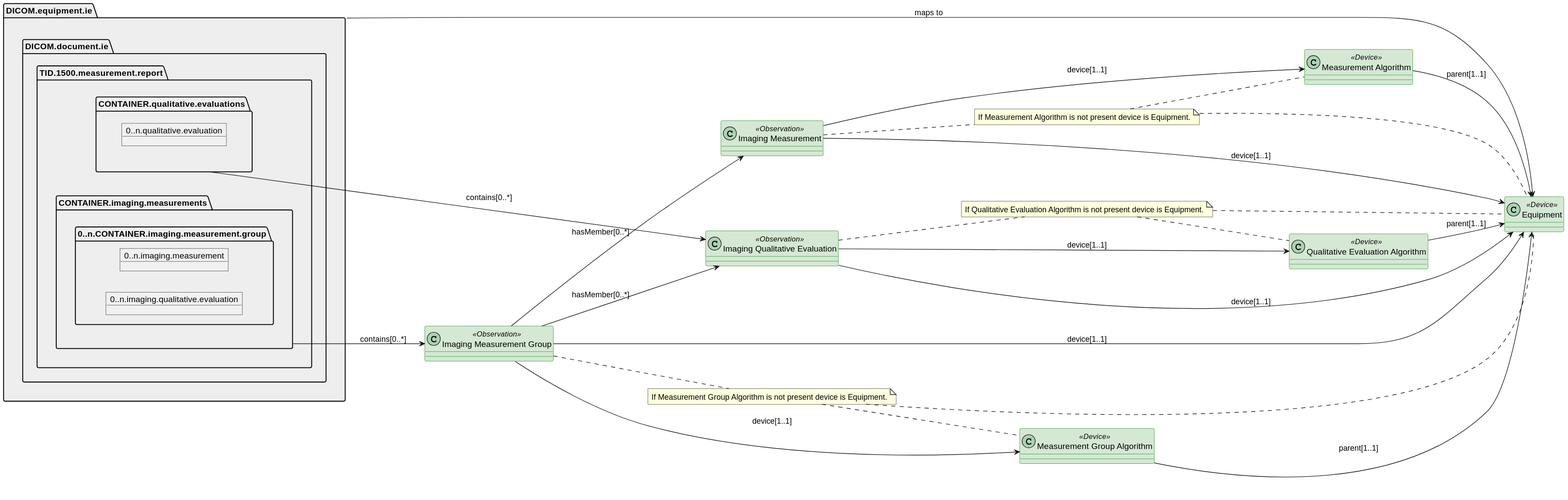
Above: input/images/dicom_sr_device.svg in HL7/dicom-sr (PlantUML), before the change.
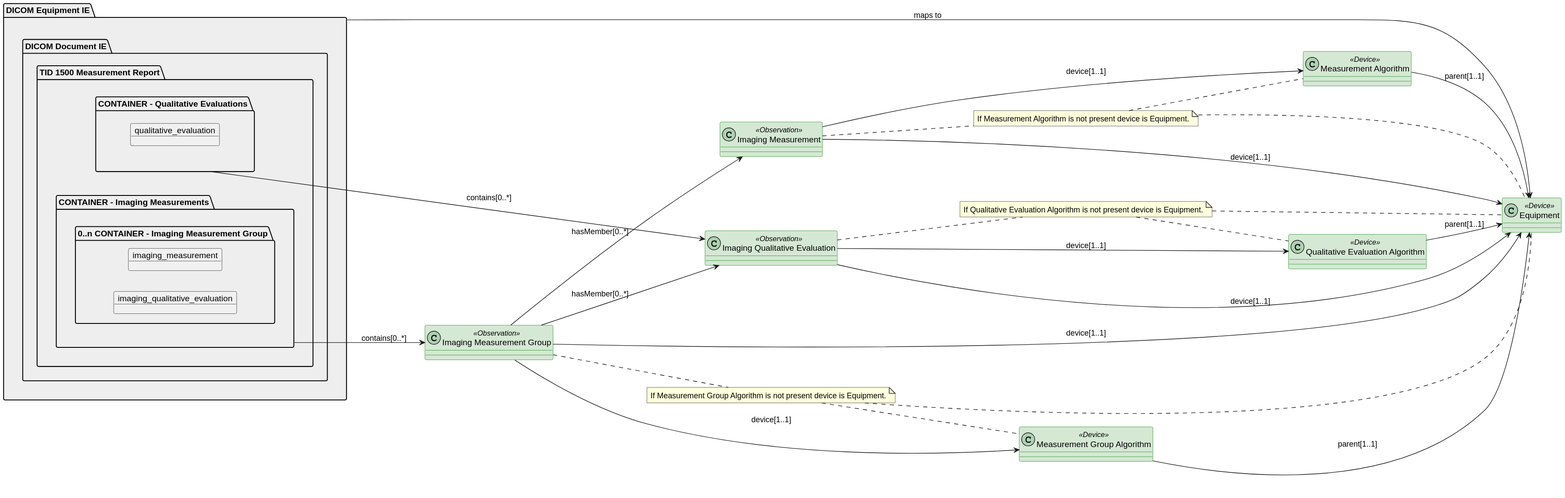
Above is the later version.

What changed in the source:
```diff
@@ -1,4 +1,4 @@
-@startuml dicom_sr_device
+@startuml
 left to right direction
 
 class "Equipment" as EquipmentDevice <<Device>> #d5e8d4 ##green
@@ -13,26 +13,26 @@
 note "If Measurement Algorithm is not present device is Equipment." as MNote
 note "If Qualitative Evaluation Algorithm is not present device is Equipment." as QENote
 
-package DICOM.equipment.ie #EEEEEE {
-    package DICOM.document.ie #EEEEEE {
-        package TID.1500.measurement.report #EEEEEE {
-            package CONTAINER.imaging.measurements {
-                package 0..n.CONTAINER.imaging.measurement.group {
-                    Object 0..n.imaging.measurement
-                    Object 0..n.imaging.qualitative.evaluation
+package equipment_ie as "DICOM Equipment IE" #EEEEEE {
+    package document_ie as "DICOM Document IE" #EEEEEE {
+        package measurement_report as "TID 1500 Measurement Report" #EEEEEE {
+            package imaging_measurements_container as "CONTAINER - Imaging Measurements" {
+                package imaging_measurement_group as "0..n CONTAINER - Imaging Measurement Group" {
+                    Object imaging_measurement
+                    Object imaging_qualitative_evaluation
                     }
             }
-            package CONTAINER.qualitative.evaluations {
-                Object 0..n.qualitative.evaluation
+            package qualitative_evaluations as "CONTAINER - Qualitative Evaluations" {
+                Object qualitative_evaluation
             }
         }
     }
 }
 
-DICOM.equipment.ie --> EquipmentDevice: maps to
+equipment_ie --> EquipmentDevice: maps to
 
-CONTAINER.imaging.measurements --> ImagingMeasurementGroup : contains[0..*]
-CONTAINER.qualitative.evaluations --> ImagingQualitativeEvaluation : contains[0..*]
+imaging_measurements_container --> ImagingMeasurementGroup : contains[0..*]
+qualitative_evaluations --> ImagingQualitativeEvaluation : contains[0..*]
 
 ImagingMeasurementGroup --> ImagingMeasurement : hasMember[0..*]
 ImagingMeasurementGroup --> ImagingQualitativeEvaluation : hasMember[0..*]
@@ -61,5 +61,4 @@
 MeasurementGroupDevice --> EquipmentDevice : parent[1..1]
 
 QualitativeDevice --> EquipmentDevice : parent[1..1]
-
 @enduml
```
